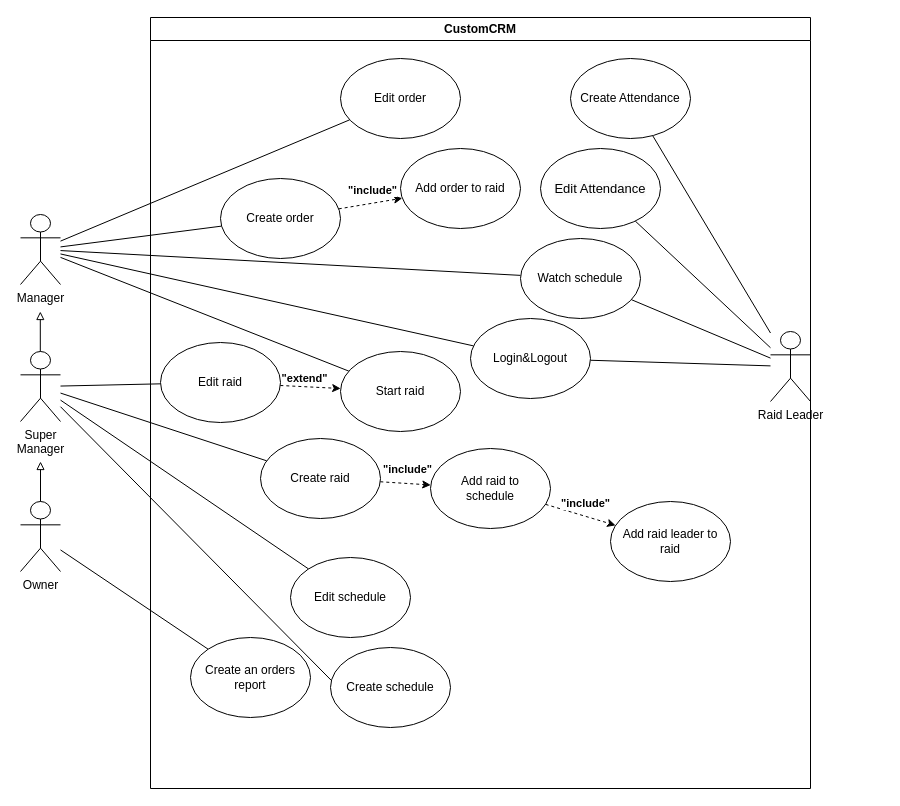
Before: CRM_diagram/CRM UML Use case diagram.drawio in Squeezy93/CustomCRM, a draw.io diagram. Source tidied: cells renumbered, new cells numbered last; positions are measured from the earlier drawing's top-left corner, leaving out a move shared by most shapes. Both pictures are drawn from the tidied source at 100%, with x=0, y=0 at pixel (20, 17).
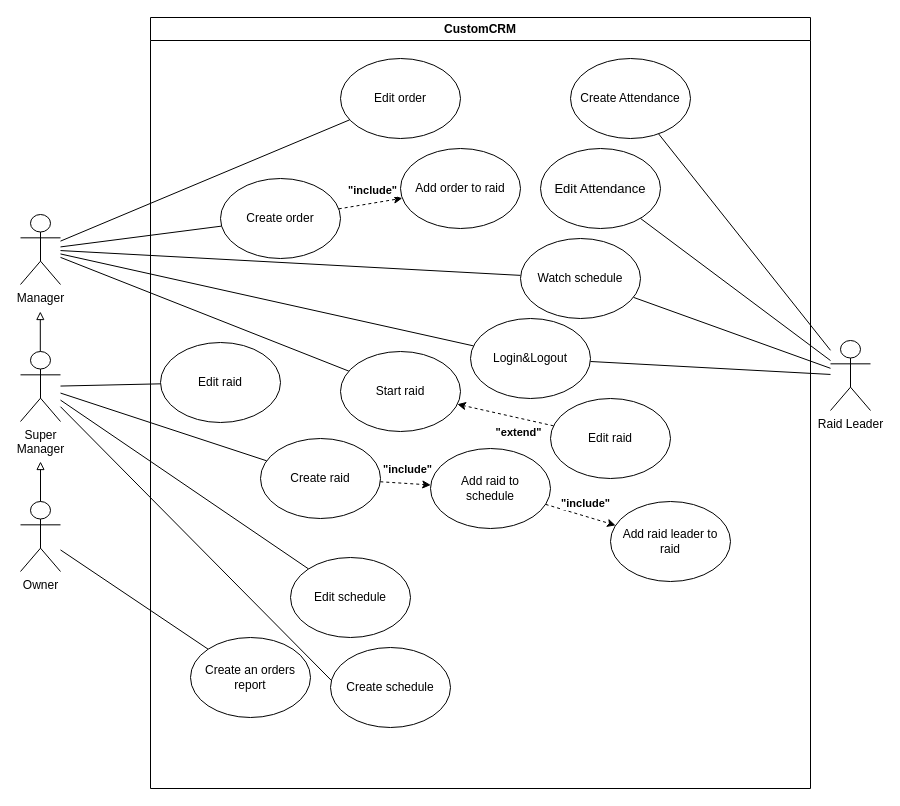
After the change.

Unchanged cells that the change refers to:
```xml
<mxCell id="22" value="CustomCRM" style="swimlane;whiteSpace=wrap;html=1;" parent="1" vertex="1">
  <mxGeometry x="130" width="660" height="771" as="geometry" />
</mxCell>
<mxCell id="29" value="Edit raid" style="ellipse;whiteSpace=wrap;html=1;" parent="22" vertex="1">
  <mxGeometry x="10" y="325" width="120" height="80" as="geometry" />
</mxCell>
<mxCell id="30" value="Start raid" style="ellipse;whiteSpace=wrap;html=1;" parent="22" vertex="1">
  <mxGeometry x="190" y="334" width="120" height="80" as="geometry" />
</mxCell>
```

Change to the diagram source:
```diff
@@
     <mxCell id="8" value="Raid Leader" style="shape=umlActor;verticalLabelPosition=bottom;verticalAlign=top;html=1;outlineConnect=0;" parent="1" vertex="1">
-      <mxGeometry x="750" y="314" width="40" height="70" as="geometry" />
+      <mxGeometry x="810" y="323" width="40" height="70" as="geometry" />
     </mxCell>
@@
-    <mxCell id="31" style="endArrow=classic;html=1;rounded=0;dashed=1;" parent="22" edge="1" source="29" target="30">
+    <mxCell id="31" style="endArrow=classic;html=1;rounded=0;dashed=1;" parent="22" edge="1" source="46" target="30">
       <mxGeometry relative="1" as="geometry" />
     </mxCell>
     <mxCell id="32" value="&quot;extend&quot;" style="edgeLabel;html=1;align=center;verticalAlign=middle;fontStyle=1;" parent="31" vertex="1">
       <mxGeometry x="-0.24" y="1" relative="1" as="geometry">
-        <mxPoint x="1" y="-8" as="offset" />
+        <mxPoint x="1" y="13" as="offset" />
       </mxGeometry>
     </mxCell>
@@
+    <mxCell id="46" value="Edit raid" style="ellipse;whiteSpace=wrap;html=1;" parent="22" vertex="1">
+      <mxGeometry x="400" y="381" width="120" height="80" as="geometry" />
+    </mxCell>
```
